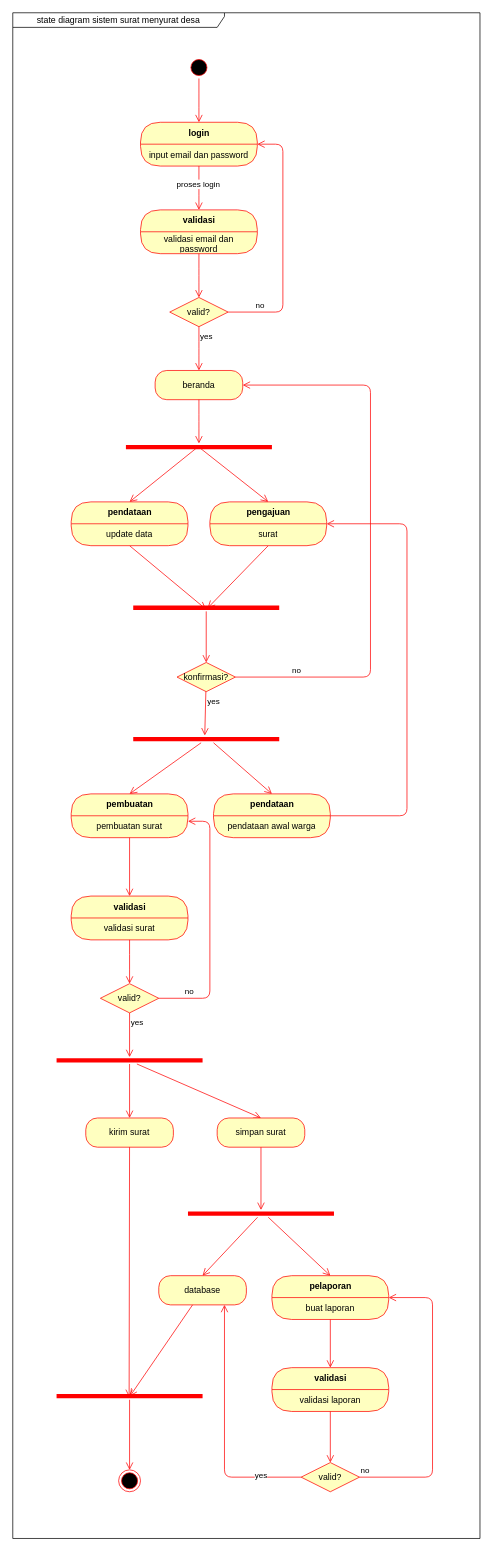
The draw.io diagram page "state" (1 of 7) of state Diagram.drawio in novianh/desain-dan-analis-sistem, before the edit. Source tidied: cells renumbered, new cells numbered last; positions are measured from the earlier drawing's top-left corner, leaving out a move shared by most shapes. Both pictures are drawn from the tidied source at 73%, with x=0, y=0 at pixel (12, 12).
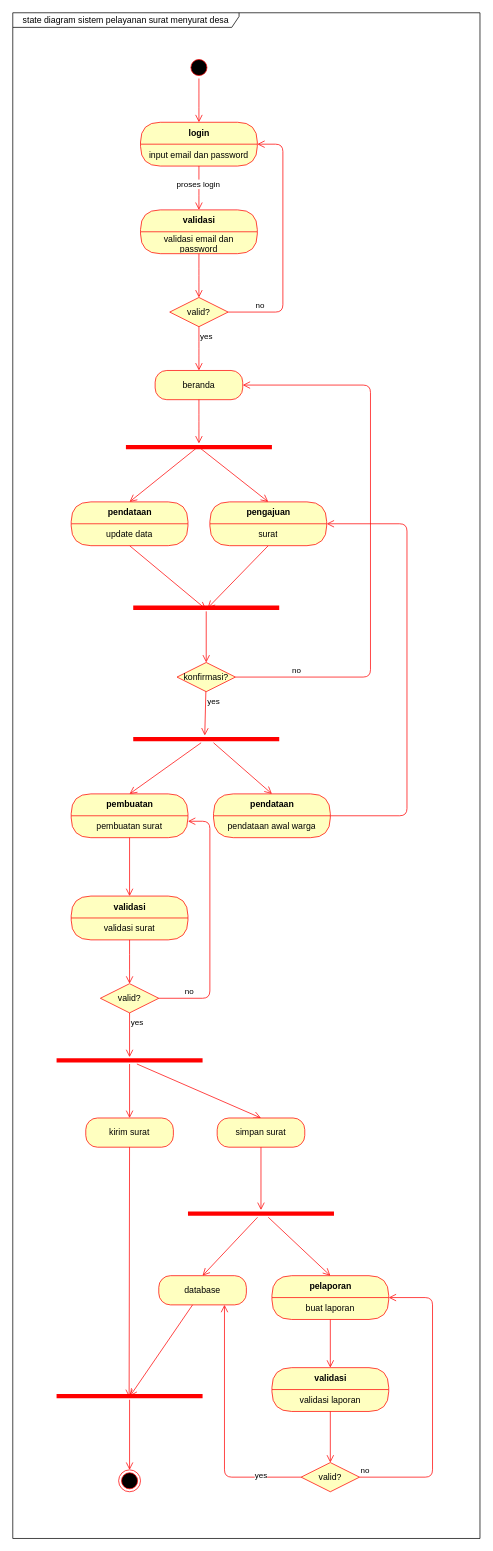
Above is the later version.

Change to the diagram source:
```diff
@@
-    <mxCell id="2" value="state diagram sistem surat menyurat desa" style="shape=umlFrame;whiteSpace=wrap;html=1;width=290;height=20;" parent="1" vertex="1">
+    <mxCell id="2" value="state diagram sistem pelayanan surat menyurat desa" style="shape=umlFrame;whiteSpace=wrap;html=1;width=310;height=20;" parent="1" vertex="1">
       <mxGeometry width="640" height="2090" as="geometry" />
     </mxCell>
```
